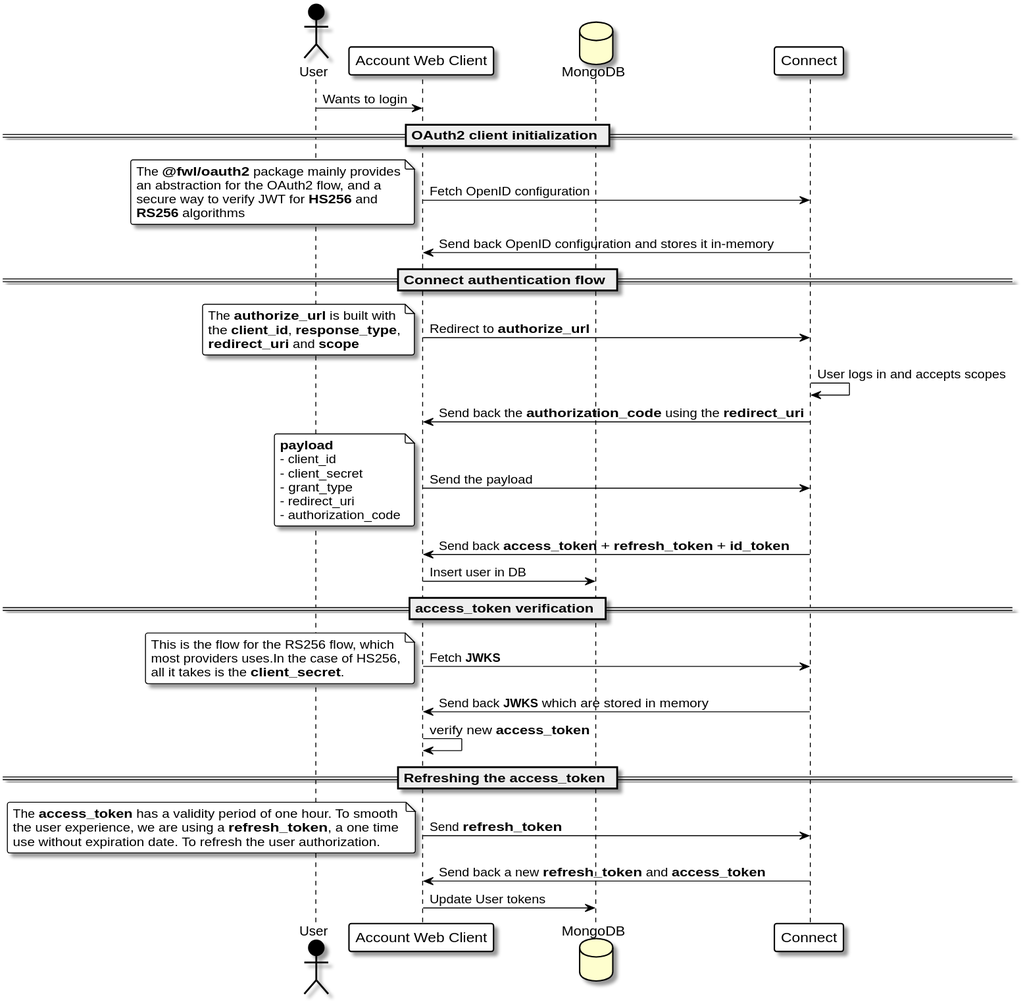
This is doc/oauth2-flow-diagram.svg from fewlinesco/connect-account, a PlantUML export, as it was before one commit.
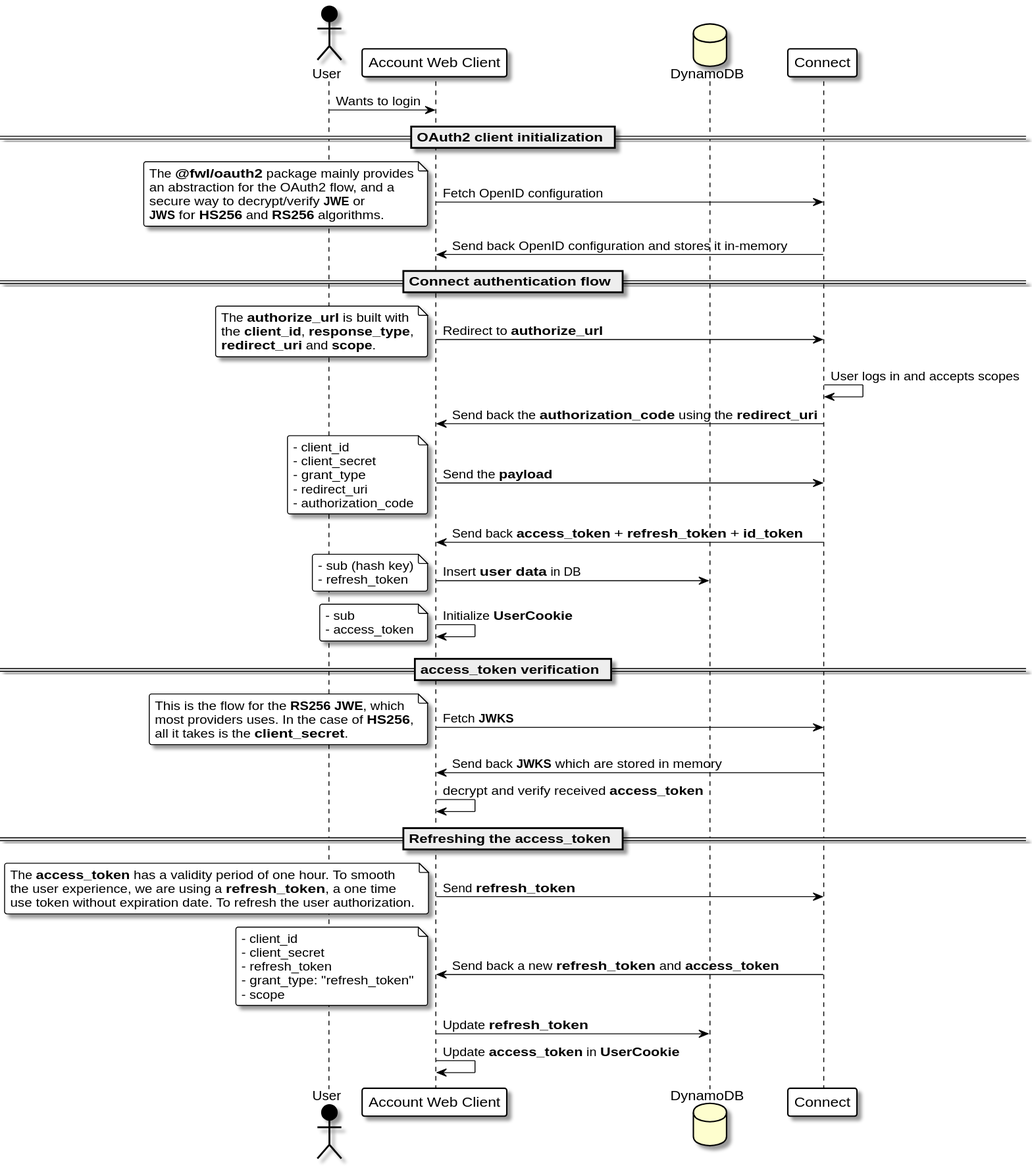
Above is the later version.

What changed in the source:
```diff
@@ -16,14 +16,14 @@
 	ActorBackgroundColor #000
 	ActorFontColor #000
 
-        NoteBorderColor #000
+  NoteBorderColor #000
 }
 
 skinparam roundcorner 5
 
 actor User                         as user
 participant "Account Web Client"   as account
-database MongoDB                   as mongo
+database DynamoDB                   as dynamo
 participant "Connect"              as connect
 
 user -> account : Wants to login
@@ -34,8 +34,8 @@
 note left
 The **@fwl/oauth2** package mainly provides
 an abstraction for the OAuth2 flow, and a
-secure way to verify JWT for **HS256** and
-**RS256** algorithms
+secure way to decrypt/verify **JWE** or
+**JWS** for **HS256** and **RS256** algorithms.
 end note
 connect -> account : Send back OpenID configuration and stores it in-memory
 
@@ -45,13 +45,12 @@
 note left
 The **authorize_url** is built with
 the **client_id**, **response_type**,
-**redirect_uri** and **scope**
+**redirect_uri** and **scope**.
 end note
 connect -> connect : User logs in and accepts scopes
 connect -> account : Send back the **authorization_code** using the **redirect_uri**
-account -> connect : Send the payload
+account -> connect : Send the **payload**
 note left
-**payload**
 - client_id
 - client_secret
 - grant_type
@@ -59,18 +58,27 @@
 - authorization_code
 end note
 connect -> account : Send back **access_token** + **refresh_token** + **id_token**
-account -> mongo : Insert user in DB
+account -> dynamo : Insert **user data** in DB
+note left
+- sub (hash key)
+- refresh_token
+end note
+account -> account : Initialize **UserCookie**
+note left
+- sub
+- access_token
+end note
 
 == access_token verification ==
 
 account -> connect : Fetch **JWKS**
 note left
-This is the flow for the RS256 flow, which
-most providers uses.In the case of HS256,
+This is the flow for the **RS256 JWE**, which
+most providers uses. In the case of **HS256**,
 all it takes is the **client_secret**.
 end note
 connect -> account : Send back **JWKS** which are stored in memory
-account -> account : verify new **access_token**
+account -> account : decrypt and verify received **access_token**
 
 == Refreshing the access_token ==
 
@@ -78,8 +86,16 @@
 note left
 The **access_token** has a validity period of one hour. To smooth
 the user experience, we are using a **refresh_token**, a one time
-use without expiration date. To refresh the user authorization.
+use token without expiration date. To refresh the user authorization.
 end note
 connect -> account : Send back a new **refresh_token** and **access_token**
-account -> mongo : Update User tokens
+note left
+- client_id
+- client_secret
+- refresh_token
+- grant_type: "refresh_token"
+- scope
+end note
+account -> dynamo : Update **refresh_token**
+account -> account : Update **access_token** in **UserCookie**
 @enduml
```
